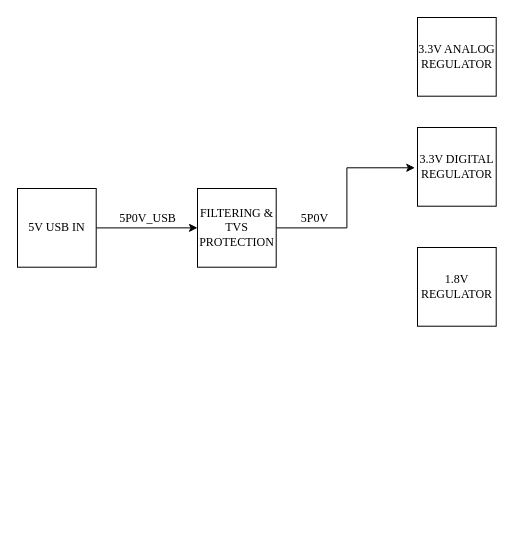
Earlier version of the draw.io diagram page "Power" (2 of 4) of 1_hw/01_block_diagram/arb.drawio (brzyzek/arb). Source tidied: cells renumbered, new cells numbered last; positions are measured from the earlier drawing's top-left corner, leaving out a move shared by most shapes. Both pictures are drawn from the tidied source at 100%, with x=0, y=0 at pixel (17, 17).
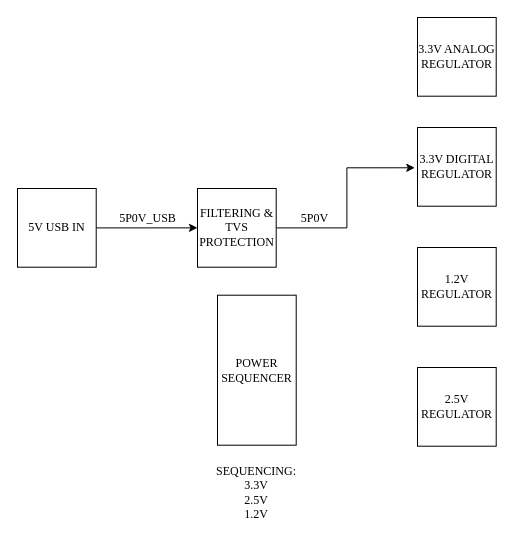
The same diagram, later.

Change to the diagram source:
```diff
@@
 <mxGraphModel>
   <root>
     <mxCell id="0" />
     <mxCell id="1" parent="0" />
-    <mxCell id="2" value="1.8V REGULATOR" style="rounded=0;whiteSpace=wrap;html=1;fontFamily=Times New Roman;glass=0;shadow=0;" parent="1" vertex="1">
+    <mxCell id="2" value="1.2&lt;span style=&quot;background-color: initial;&quot;&gt;V REGULATOR&lt;/span&gt;" style="rounded=0;whiteSpace=wrap;html=1;fontFamily=Times New Roman;glass=0;shadow=0;" parent="1" vertex="1">
       <mxGeometry x="400" y="230" width="78.7" height="78.7" as="geometry" />
     </mxCell>
     <mxCell id="3" value="3.3&lt;span style=&quot;background-color: initial;&quot;&gt;V DIGITAL REGULATOR&lt;/span&gt;" style="rounded=0;whiteSpace=wrap;html=1;fontFamily=Times New Roman;glass=0;shadow=0;" parent="1" vertex="1">
       <mxGeometry x="400" y="110" width="78.7" height="78.7" as="geometry" />
     </mxCell>
     <mxCell id="4" style="edgeStyle=orthogonalEdgeStyle;rounded=0;jettySize=auto;html=1;entryX=0;entryY=0.5;entryDx=0;entryDy=0;fontFamily=Times New Roman;fontSize=12;fontColor=default;" parent="1" edge="1" source="6" target="9">
       <mxGeometry relative="1" as="geometry" />
     </mxCell>
     <mxCell id="5" value="5P0V_USB" style="edgeLabel;html=1;align=center;verticalAlign=middle;strokeColor=default;fontFamily=Times New Roman;fontSize=12;fontColor=default;fillColor=default;" parent="4" vertex="1">
       <mxGeometry x="0.11" y="-2" relative="1" as="geometry">
         <mxPoint x="-5" y="-12" as="offset" />
       </mxGeometry>
     </mxCell>
     <mxCell id="6" value="5V USB IN" style="rounded=0;whiteSpace=wrap;html=1;fontFamily=Times New Roman;glass=0;shadow=0;" parent="1" vertex="1">
       <mxGeometry y="171" width="78.7" height="78.7" as="geometry" />
     </mxCell>
     <mxCell id="7" style="edgeStyle=orthogonalEdgeStyle;rounded=0;jettySize=auto;html=1;fontFamily=Times New Roman;fontSize=12;fontColor=default;entryX=-0.034;entryY=0.512;entryDx=0;entryDy=0;entryPerimeter=0;" parent="1" edge="1" source="9" target="3">
       <mxGeometry relative="1" as="geometry" />
     </mxCell>
     <mxCell id="8" value="5P0V" style="edgeLabel;html=1;align=center;verticalAlign=middle;strokeColor=default;fontFamily=Times New Roman;fontSize=12;fontColor=default;fillColor=default;" parent="7" vertex="1">
       <mxGeometry x="-0.62" y="-2" relative="1" as="geometry">
         <mxPoint y="-12" as="offset" />
       </mxGeometry>
     </mxCell>
     <mxCell id="9" value="FILTERING &amp;amp; TVS PROTECTION" style="rounded=0;whiteSpace=wrap;html=1;fontFamily=Times New Roman;glass=0;shadow=0;" parent="1" vertex="1">
       <mxGeometry x="180" y="171" width="78.7" height="78.7" as="geometry" />
     </mxCell>
     <mxCell id="10" value="3.3&lt;span style=&quot;background-color: initial;&quot;&gt;V ANALOG REGULATOR&lt;/span&gt;" style="rounded=0;whiteSpace=wrap;html=1;fontFamily=Times New Roman;glass=0;shadow=0;" parent="1" vertex="1">
       <mxGeometry x="400" width="78.7" height="78.7" as="geometry" />
     </mxCell>
+    <mxCell id="11" value="&lt;span style=&quot;background-color: initial;&quot;&gt;2.5V REGULATOR&lt;/span&gt;" style="rounded=0;whiteSpace=wrap;html=1;fontFamily=Times New Roman;glass=0;shadow=0;" parent="1" vertex="1">
+      <mxGeometry x="400" y="350" width="78.7" height="78.7" as="geometry" />
+    </mxCell>
+    <mxCell id="12" value="POWER SEQUENCER" style="rounded=0;whiteSpace=wrap;html=1;fontFamily=Times New Roman;glass=0;shadow=0;" parent="1" vertex="1">
+      <mxGeometry x="200" y="277.7" width="78.7" height="150" as="geometry" />
+    </mxCell>
+    <mxCell id="13" value="SEQUENCING:&lt;div&gt;3.3V&lt;/div&gt;&lt;div&gt;2.5V&lt;/div&gt;&lt;div&gt;1.2V&lt;/div&gt;" style="text;strokeColor=none;align=center;fillColor=none;html=1;verticalAlign=middle;whiteSpace=wrap;rounded=0;fontFamily=Times New Roman;" parent="1" vertex="1">
+      <mxGeometry x="209.4" y="460" width="60" height="30" as="geometry" />
+    </mxCell>
   </root>
 </mxGraphModel>
```
